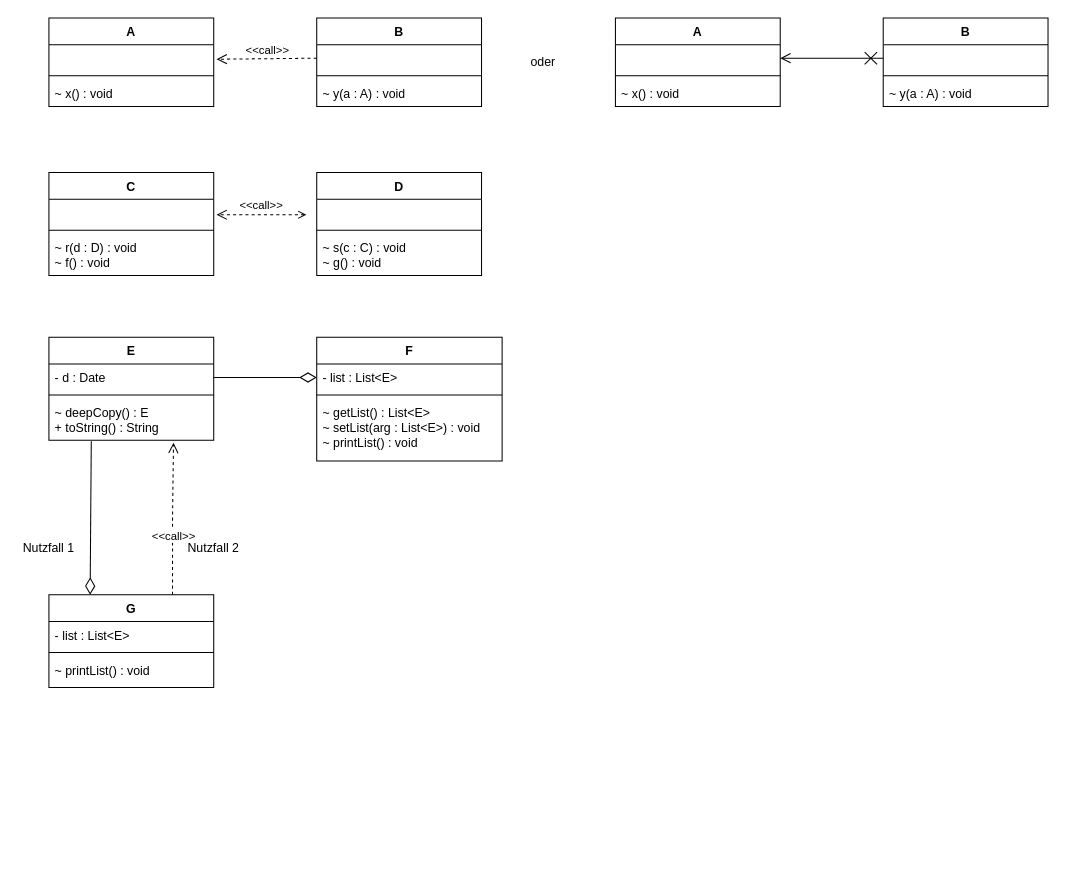
Earlier version of the draw.io diagram Tag_4/Java.drawio (McLutzifer/WIFI_SW-Engineering). Source tidied: cells renumbered, new cells numbered last; positions are measured from the earlier drawing's top-left corner, leaving out a move shared by most shapes. Both pictures are drawn from the tidied source at 103%, with x=0, y=0 at pixel (18, 18).
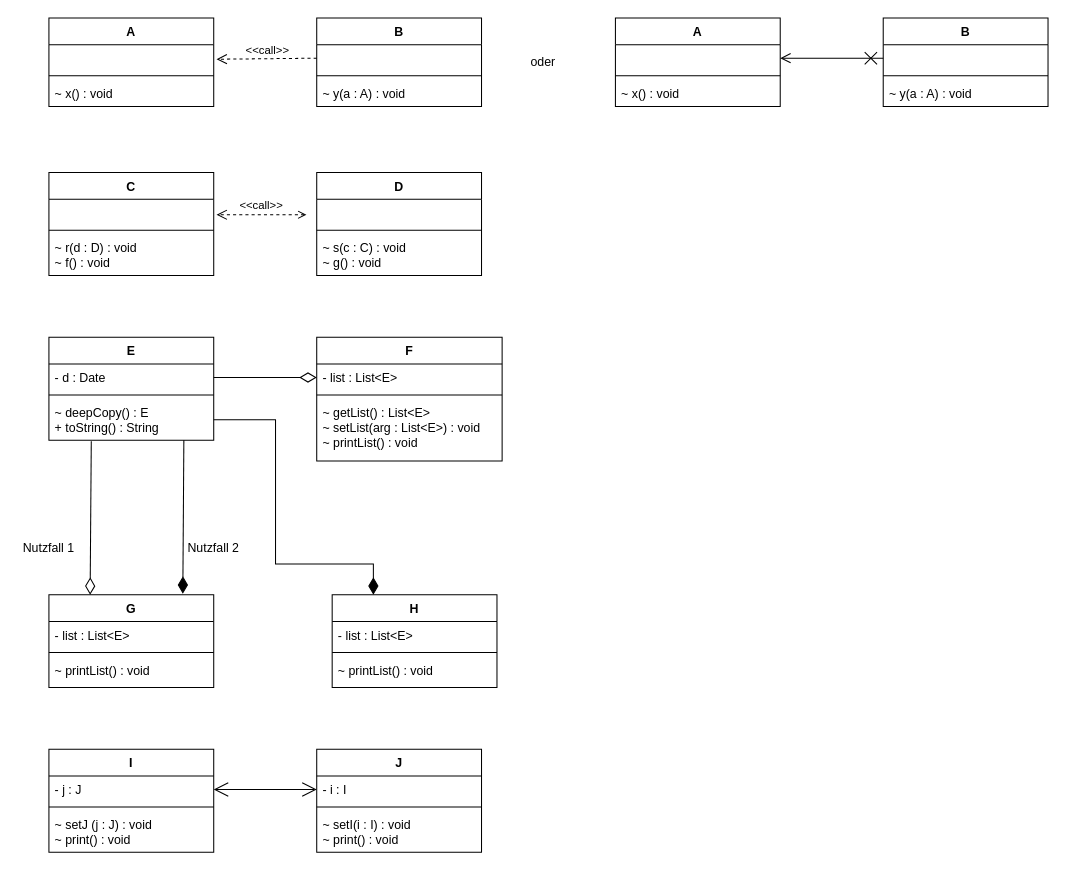
Above is the later version.

Unchanged cells that the change refers to:
```xml
<mxCell id="33" value="~ deepCopy() : E&lt;br&gt;&lt;div&gt;+ toString() : String&lt;br&gt;&lt;/div&gt;" style="text;strokeColor=none;fillColor=none;align=left;verticalAlign=top;spacingLeft=4;spacingRight=4;overflow=hidden;points=[[0,0.5],[1,0.5]];portConstraint=eastwest;whiteSpace=wrap;html=1;" parent="30" vertex="1">
  <mxGeometry y="60" width="160" height="40" as="geometry" />
</mxCell>
<mxCell id="38" value="G" style="swimlane;fontStyle=1;align=center;verticalAlign=top;horizontal=1;startSize=26;whiteSpace=wrap;html=1;" parent="1" vertex="1">
  <mxGeometry x="30" y="560" width="160" height="90" as="geometry" />
</mxCell>
```

The edit, as a diff of the source:
```diff
@@
-    <mxCell id="44" value="&amp;lt;&amp;lt;call&amp;gt;&amp;gt;" style="html=1;verticalAlign=bottom;endArrow=open;dashed=1;endSize=8;edgeStyle=elbowEdgeStyle;elbow=vertical;curved=0;rounded=0;entryX=0.756;entryY=1.057;entryDx=0;entryDy=0;exitX=0.75;exitY=0;exitDx=0;exitDy=0;entryPerimeter=0;" parent="1" edge="1" source="38" target="33">
-      <mxGeometry x="-0.36" y="-1" relative="1" as="geometry" />
-    </mxCell>
@@
+    <mxCell id="47" style="endArrow=diamondThin;html=1;rounded=0;entryX=0.25;entryY=0;entryDx=0;entryDy=0;endFill=1;endSize=14;exitX=0.257;exitY=1.021;exitDx=0;exitDy=0;exitPerimeter=0;" parent="1" edge="1">
+      <mxGeometry relative="1" as="geometry">
+        <mxPoint x="161" y="410" as="sourcePoint" />
+        <mxPoint x="160" y="559" as="targetPoint" />
+      </mxGeometry>
+    </mxCell>
+    <mxCell id="48" value="H" style="swimlane;fontStyle=1;align=center;verticalAlign=top;horizontal=1;startSize=26;whiteSpace=wrap;html=1;" parent="1" vertex="1">
+      <mxGeometry x="305" y="560" width="160" height="90" as="geometry" />
+    </mxCell>
+    <mxCell id="49" value="&lt;div&gt;- list : List&amp;lt;E&amp;gt;&lt;/div&gt;" style="text;strokeColor=none;fillColor=none;align=left;verticalAlign=top;spacingLeft=4;spacingRight=4;overflow=hidden;whiteSpace=wrap;html=1;" parent="48" vertex="1">
+      <mxGeometry y="26" width="160" height="26" as="geometry" />
+    </mxCell>
+    <mxCell id="50" style="line;strokeWidth=1;fillColor=none;align=left;verticalAlign=middle;spacingTop=-1;spacingLeft=3;spacingRight=3;labelPosition=right;strokeColor=inherit;" parent="48" vertex="1">
+      <mxGeometry y="52" width="160" height="8" as="geometry" />
+    </mxCell>
+    <mxCell id="51" value="&lt;div&gt;~ printList() : void&lt;/div&gt;&lt;div&gt;&lt;br&gt;&lt;/div&gt;" style="text;strokeColor=none;fillColor=none;align=left;verticalAlign=top;spacingLeft=4;spacingRight=4;overflow=hidden;whiteSpace=wrap;html=1;" parent="48" vertex="1">
+      <mxGeometry y="60" width="160" height="30" as="geometry" />
+    </mxCell>
+    <mxCell id="52" style="endArrow=diamondThin;html=1;rounded=0;entryX=0.25;entryY=0;entryDx=0;entryDy=0;endFill=1;endSize=14;exitX=1;exitY=0.5;exitDx=0;exitDy=0;edgeStyle=orthogonalEdgeStyle;" parent="1" edge="1" source="33" target="48">
+      <mxGeometry relative="1" as="geometry">
+        <Array as="points">
+          <mxPoint x="250" y="390" />
+          <mxPoint x="250" y="530" />
+          <mxPoint x="345" y="530" />
+        </Array>
+      </mxGeometry>
+    </mxCell>
+    <mxCell id="53" value="I" style="swimlane;fontStyle=1;align=center;verticalAlign=top;horizontal=1;startSize=26;whiteSpace=wrap;html=1;" parent="1" vertex="1">
+      <mxGeometry x="30" y="710" width="160" height="100" as="geometry" />
+    </mxCell>
+    <mxCell id="54" value="- j : J" style="text;strokeColor=none;fillColor=none;align=left;verticalAlign=top;spacingLeft=4;spacingRight=4;overflow=hidden;points=[[0,0.5],[1,0.5]];portConstraint=eastwest;whiteSpace=wrap;html=1;" parent="53" vertex="1">
+      <mxGeometry y="26" width="160" height="26" as="geometry" />
+    </mxCell>
+    <mxCell id="55" style="line;strokeWidth=1;fillColor=none;align=left;verticalAlign=middle;spacingTop=-1;spacingLeft=3;spacingRight=3;labelPosition=right;strokeColor=inherit;" parent="53" vertex="1">
+      <mxGeometry y="52" width="160" height="8" as="geometry" />
+    </mxCell>
+    <mxCell id="56" value="&lt;div&gt;~ setJ (j : J) : void&lt;/div&gt;&lt;div&gt;~ print() : void&lt;br&gt;&lt;/div&gt;" style="text;strokeColor=none;fillColor=none;align=left;verticalAlign=top;spacingLeft=4;spacingRight=4;overflow=hidden;whiteSpace=wrap;html=1;" parent="53" vertex="1">
+      <mxGeometry y="60" width="160" height="40" as="geometry" />
+    </mxCell>
+    <mxCell id="57" value="J" style="swimlane;fontStyle=1;align=center;verticalAlign=top;horizontal=1;startSize=26;whiteSpace=wrap;html=1;" parent="1" vertex="1">
+      <mxGeometry x="290" y="710" width="160" height="100" as="geometry" />
+    </mxCell>
+    <mxCell id="58" value="- i : I" style="text;strokeColor=none;fillColor=none;align=left;verticalAlign=top;spacingLeft=4;spacingRight=4;overflow=hidden;points=[[0,0.5],[1,0.5]];portConstraint=eastwest;whiteSpace=wrap;html=1;" parent="57" vertex="1">
+      <mxGeometry y="26" width="160" height="26" as="geometry" />
+    </mxCell>
+    <mxCell id="59" style="line;strokeWidth=1;fillColor=none;align=left;verticalAlign=middle;spacingTop=-1;spacingLeft=3;spacingRight=3;labelPosition=right;strokeColor=inherit;" parent="57" vertex="1">
+      <mxGeometry y="52" width="160" height="8" as="geometry" />
+    </mxCell>
+    <mxCell id="60" value="&lt;div&gt;~ setI(i : I) : void&lt;/div&gt;&lt;div&gt;~ print() : void&lt;br&gt;&lt;/div&gt;" style="text;strokeColor=none;fillColor=none;align=left;verticalAlign=top;spacingLeft=4;spacingRight=4;overflow=hidden;whiteSpace=wrap;html=1;" parent="57" vertex="1">
+      <mxGeometry y="60" width="160" height="40" as="geometry" />
+    </mxCell>
+    <mxCell id="61" style="endArrow=open;startArrow=open;html=1;rounded=0;entryX=0;entryY=0.5;entryDx=0;entryDy=0;exitX=1;exitY=0.5;exitDx=0;exitDy=0;endFill=0;startFill=0;endSize=12;startSize=12;" parent="1" edge="1" source="54" target="58">
+      <mxGeometry relative="1" as="geometry" />
+    </mxCell>
```
